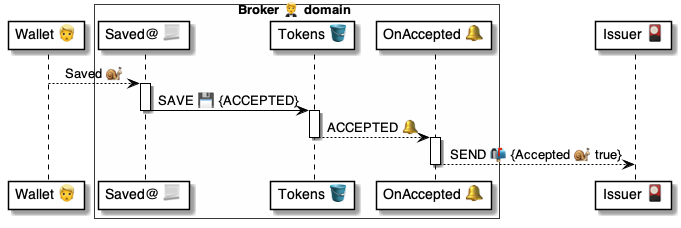
Earlier version of the PlantUML export 4 ⚙️ Solution/20 🧑‍🦰 UI/Brokers 🤵/🤵🪣 Broker tables/Tokens 🎫 table/🪣🔔 4 Accepted/🤵 OnTokenAccepted ⚙️ uml.png (pollyweb-org/pollyweb-docs). Its source is kept beside it as 4 ⚙️ Solution/20 🧑‍🦰 UI/Brokers 🤵/🤵🪣 Broker tables/Tokens 🎫 table/🪣🔔 4 Accepted/🤵 OnTokenAccepted ⚙️ uml.puml. Its diagram source:
```plantuml
@startuml OnTokenSaved

participant "Wallet 👱" as wallet

box Broker 🤵 domain #FFFFFA
    participant "Saved@ 📃" as script
    participant "Tokens 🪣" as tokens
    participant "OnAccepted 🔔" as change
end box

participant "Issuer 🎴" as issuer

wallet --> script: Saved 🐌

activate script
    script -> tokens: SAVE 💾 {ACCEPTED}
deactivate script

activate tokens
    tokens --> change: ACCEPTED 🔔
deactivate tokens

activate change
    change --> issuer: SEND 📬 {Accepted 🐌 true}
deactivate change

@enduml
```
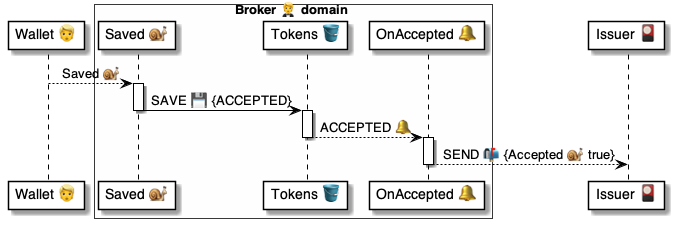
The same diagram one commit later.

Change to the diagram source:
```diff
@@ -3,7 +3,7 @@
 participant "Wallet 👱" as wallet
 
 box Broker 🤵 domain #FFFFFA
-    participant "Saved@ 📃" as script
+    participant "Saved 🐌" as script
     participant "Tokens 🪣" as tokens
     participant "OnAccepted 🔔" as change
 end box
```
